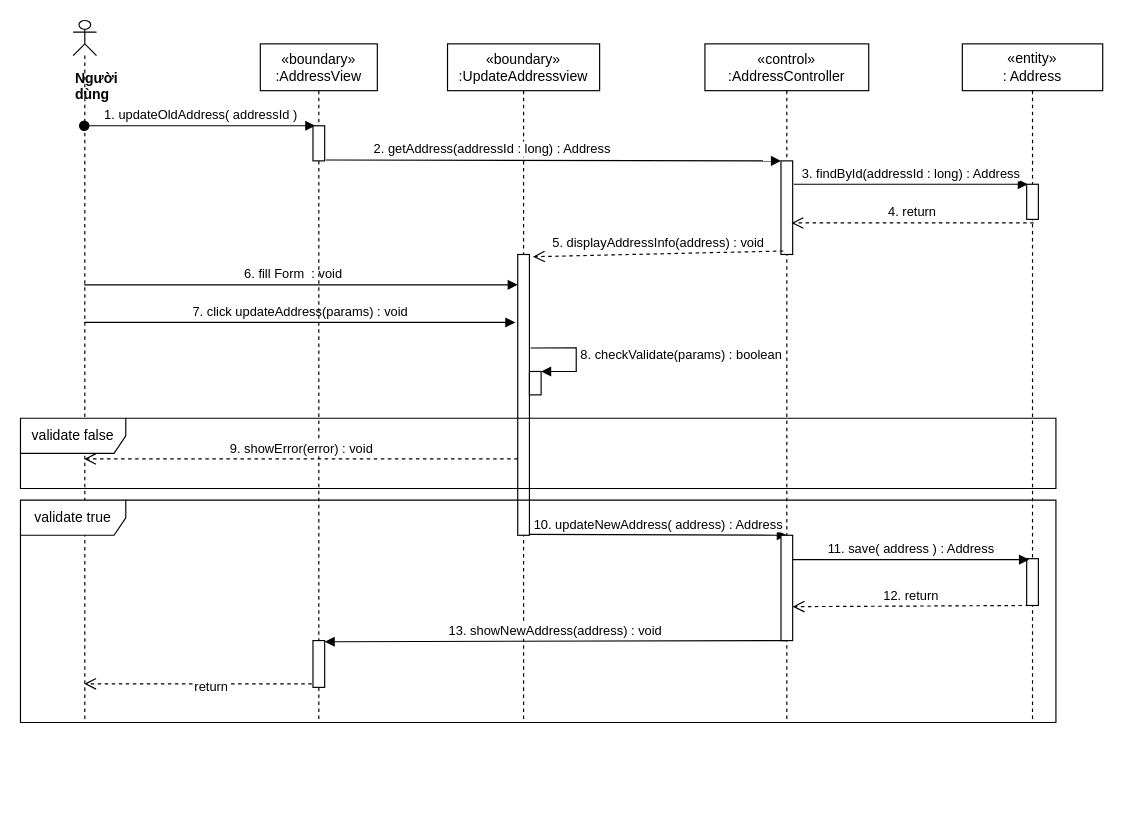
This is sequence diagram/update-address-order-sequence-diagram.drawio from nguyenphamvan/datn_20202, a draw.io file, before an edit. Source tidied: cells renumbered, new cells numbered last; positions are measured from the earlier drawing's top-left corner, leaving out a move shared by most shapes. Both pictures are drawn from the tidied source at 117%, with x=0, y=0 at pixel (20, 20).
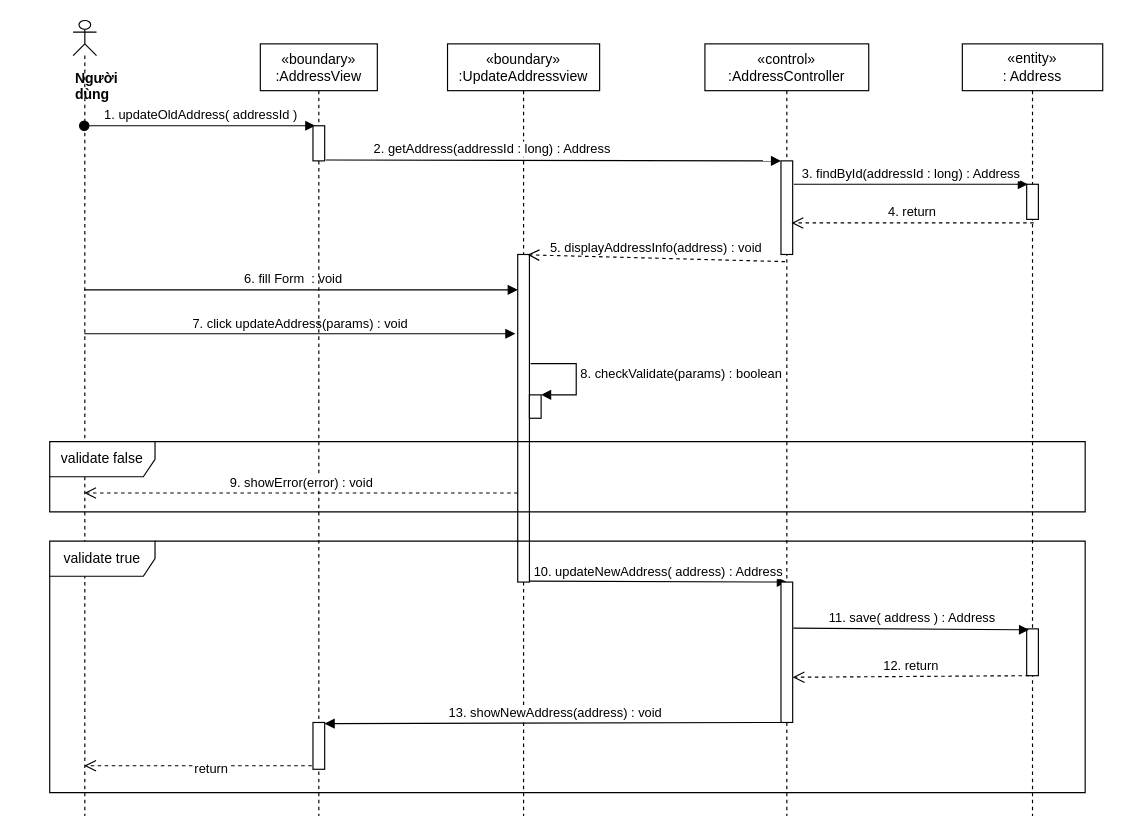
The same diagram, later.

Unchanged cells that the change refers to:
```xml
<mxCell id="25" style="html=1;points=[];perimeter=orthogonalPerimeter;" parent="1" vertex="1">
  <mxGeometry x="650" y="120" width="10" height="80" as="geometry" />
</mxCell>
```

What changed in the source:
```diff
@@
     <mxCell id="2" value="«boundary»&#10;:UpdateAddressview" style="shape=umlLifeline;perimeter=lifelinePerimeter;rounded=0;shadow=0;strokeWidth=1;" parent="1" vertex="1">
-      <mxGeometry x="365" y="20" width="130" height="580" as="geometry" />
+      <mxGeometry x="365" y="20" width="130" height="660" as="geometry" />
     </mxCell>
     <mxCell id="3" style="html=1;points=[];perimeter=orthogonalPerimeter;" parent="2" vertex="1">
-      <mxGeometry x="60" y="180" width="10" height="240" as="geometry" />
+      <mxGeometry x="60" y="180" width="10" height="280" as="geometry" />
     </mxCell>
     <mxCell id="4" value="«control»&#10;:AddressController" style="shape=umlLifeline;perimeter=lifelinePerimeter;rounded=0;shadow=0;strokeWidth=1;size=40;" parent="1" vertex="1">
-      <mxGeometry x="585" y="20" width="140" height="580" as="geometry" />
+      <mxGeometry x="585" y="20" width="140" height="660" as="geometry" />
     </mxCell>
     <mxCell id="5" value="&lt;div&gt;&lt;b&gt;Người dùng&lt;/b&gt;&lt;/div&gt;" style="shape=umlLifeline;participant=umlActor;perimeter=lifelinePerimeter;whiteSpace=wrap;html=1;verticalAlign=top;spacingTop=36;outlineConnect=0;align=left;size=30;" parent="1" vertex="1">
-      <mxGeometry x="45" width="20" height="600" as="geometry" />
+      <mxGeometry x="45" width="20" height="680" as="geometry" />
     </mxCell>
@@
     <mxCell id="10" value="&lt;span&gt;«entity»&lt;br&gt;&lt;/span&gt;: Address" style="shape=umlLifeline;perimeter=lifelinePerimeter;whiteSpace=wrap;html=1;" parent="1" vertex="1">
-      <mxGeometry x="805" y="20" width="120" height="580" as="geometry" />
+      <mxGeometry x="805" y="20" width="120" height="660" as="geometry" />
     </mxCell>
     <mxCell id="11" style="points=[];perimeter=orthogonalPerimeter;rounded=0;shadow=0;strokeWidth=1;" parent="10" vertex="1">
-      <mxGeometry x="55" y="440" width="10" height="40" as="geometry" />
+      <mxGeometry x="55" y="500" width="10" height="40" as="geometry" />
     </mxCell>
-    <mxCell id="12" value="11. save( address ) : Address" style="html=1;verticalAlign=bottom;endArrow=block;exitX=0.9;exitY=0.231;exitDx=0;exitDy=0;exitPerimeter=0;entryX=0.2;entryY=0.02;entryDx=0;entryDy=0;entryPerimeter=0;" parent="1" edge="1" source="21" target="11">
+    <mxCell id="12" value="11. save( address ) : Address" style="html=1;verticalAlign=bottom;endArrow=block;exitX=1.06;exitY=0.328;exitDx=0;exitDy=0;exitPerimeter=0;entryX=0.2;entryY=0.02;entryDx=0;entryDy=0;entryPerimeter=0;" parent="1" edge="1" source="21" target="11">
       <mxGeometry relative="1" as="geometry" />
     </mxCell>
@@
     <mxCell id="14" value="«boundary»&#10;:AddressView" style="shape=umlLifeline;perimeter=lifelinePerimeter;rounded=0;shadow=0;strokeWidth=1;" parent="1" vertex="1">
-      <mxGeometry x="205" y="20" width="100" height="580" as="geometry" />
+      <mxGeometry x="205" y="20" width="100" height="660" as="geometry" />
     </mxCell>
@@
     <mxCell id="18" style="html=1;points=[];perimeter=orthogonalPerimeter;" parent="1" vertex="1">
-      <mxGeometry x="435" y="300" width="10" height="20" as="geometry" />
+      <mxGeometry x="435" y="320" width="10" height="20" as="geometry" />
     </mxCell>
     <mxCell id="19" value="8. checkValidate(params) : boolean" style="edgeStyle=orthogonalEdgeStyle;html=1;align=left;spacingLeft=2;endArrow=block;rounded=0;entryX=1;entryY=0;exitX=1.1;exitY=0.333;exitDx=0;exitDy=0;exitPerimeter=0;" parent="1" edge="1" source="3" target="18">
       <mxGeometry relative="1" as="geometry">
         <Array as="points">
-          <mxPoint x="475" y="280" />
-          <mxPoint x="475" y="300" />
+          <mxPoint x="475" y="293" />
+          <mxPoint x="475" y="320" />
         </Array>
       </mxGeometry>
     </mxCell>
@@
     <mxCell id="21" style="points=[];perimeter=orthogonalPerimeter;rounded=0;shadow=0;strokeWidth=1;" parent="1" vertex="1">
-      <mxGeometry x="650" y="440" width="10" height="90" as="geometry" />
+      <mxGeometry x="650" y="480" width="10" height="120" as="geometry" />
     </mxCell>
     <mxCell id="22" style="html=1;points=[];perimeter=orthogonalPerimeter;" parent="1" vertex="1">
-      <mxGeometry x="250" y="530" width="10" height="40" as="geometry" />
+      <mxGeometry x="250" y="600" width="10" height="40" as="geometry" />
     </mxCell>
@@
-    <mxCell id="29" value="5. displayAddressInfo(address) : void" style="html=1;verticalAlign=bottom;endArrow=open;dashed=1;endSize=8;entryX=1.3;entryY=0.008;entryDx=0;entryDy=0;entryPerimeter=0;exitX=0.2;exitY=0.963;exitDx=0;exitDy=0;exitPerimeter=0;" parent="1" edge="1" source="25" target="3">
+    <mxCell id="29" value="5. displayAddressInfo(address) : void" style="html=1;verticalAlign=bottom;endArrow=open;dashed=1;endSize=8;entryX=0.84;entryY=0.001;entryDx=0;entryDy=0;entryPerimeter=0;exitX=0.489;exitY=0.282;exitDx=0;exitDy=0;exitPerimeter=0;" parent="1" edge="1" source="4" target="3">
       <mxGeometry relative="1" as="geometry" />
     </mxCell>
     <mxCell id="30" value="validate true" style="shape=umlFrame;whiteSpace=wrap;html=1;width=90;height=30;" parent="1" vertex="1">
-      <mxGeometry y="410" width="885" height="190" as="geometry" />
+      <mxGeometry x="25" y="445" width="885" height="215" as="geometry" />
     </mxCell>
     <mxCell id="31" value="validate false" style="shape=umlFrame;whiteSpace=wrap;html=1;width=90;height=30;" parent="1" vertex="1">
-      <mxGeometry y="340" width="885" height="60" as="geometry" />
+      <mxGeometry x="25" y="360" width="885" height="60" as="geometry" />
     </mxCell>
```
